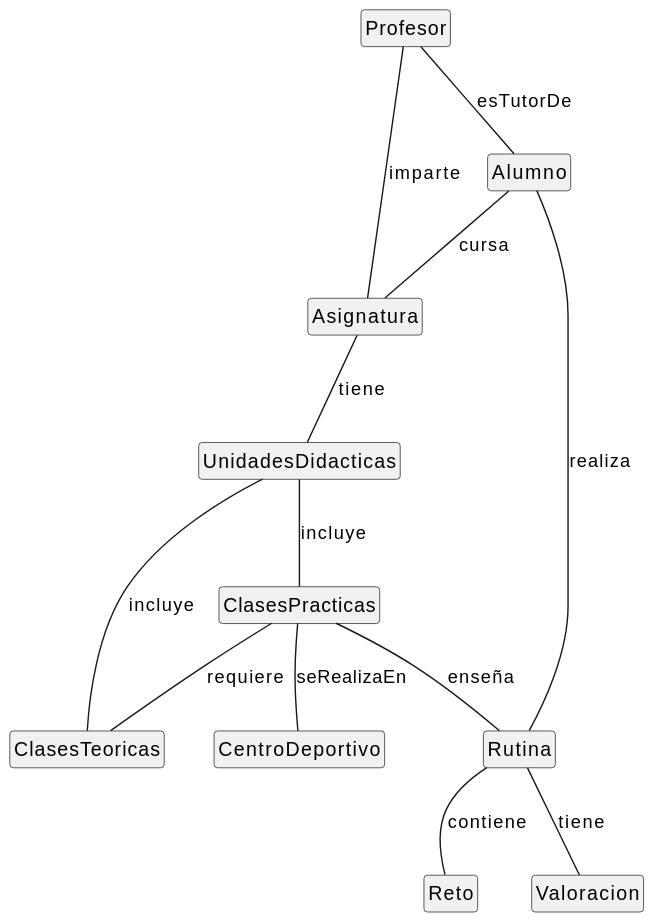
This is Documentos/Imagenes/DiagramaClases/diagramaClases.svg from mmasias/24-25-IdSw1-SDR, a PlantUML export, as it was before one commit.
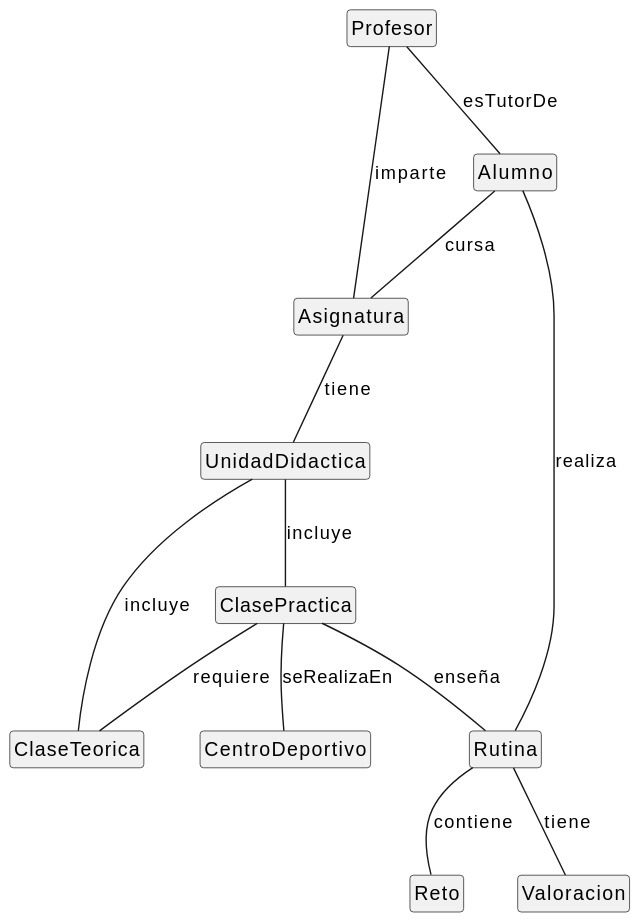
Later version of the same file.

Commit message:
Daigrama en singular

Diff of the diagram source:
```diff
@@ -5,11 +5,11 @@
 class Profesor {}
 class Alumno {}
 class Asignatura {}
-class UnidadesDidacticas {}
-class ClasesPracticas {
+class UnidadDidactica {}
+class ClasePractica {
 
 }
-class ClasesTeoricas {}
+class ClaseTeorica {}
 class CentroDeportivo {}
 class Rutina {}
 class Reto {}
@@ -17,15 +17,15 @@
 
 Profesor -- Alumno : esTutorDe
 Profesor -- Asignatura : imparte
-Asignatura -- UnidadesDidacticas : tiene
-UnidadesDidacticas -- ClasesPracticas : incluye
-UnidadesDidacticas -- ClasesTeoricas : incluye
+Asignatura -- UnidadDidactica : tiene
+UnidadDidactica -- ClasePractica : incluye
+UnidadDidactica -- ClaseTeorica : incluye
 Alumno -- Asignatura : cursa
-ClasesPracticas -- CentroDeportivo : seRealizaEn
-ClasesPracticas -- Rutina : enseña
+ClasePractica -- CentroDeportivo : seRealizaEn
+ClasePractica -- Rutina : enseña
 Rutina -- Reto : contiene
 Rutina -- Valoracion: tiene
 Alumno -- Rutina: realiza
 
-ClasesPracticas -- ClasesTeoricas : requiere
+ClasePractica -- ClaseTeorica : requiere
 @enduml
```
